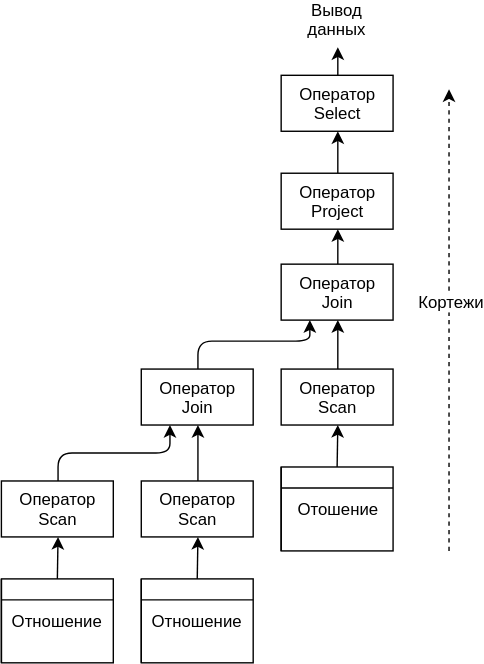
Earlier version of the draw.io export img/Volcano Model.svg (vkazanov/sql-interpreters-post). Source tidied: cells renumbered, new cells last; positions are measured from the earlier drawing's top-left corner, leaving out a move shared by most shapes.
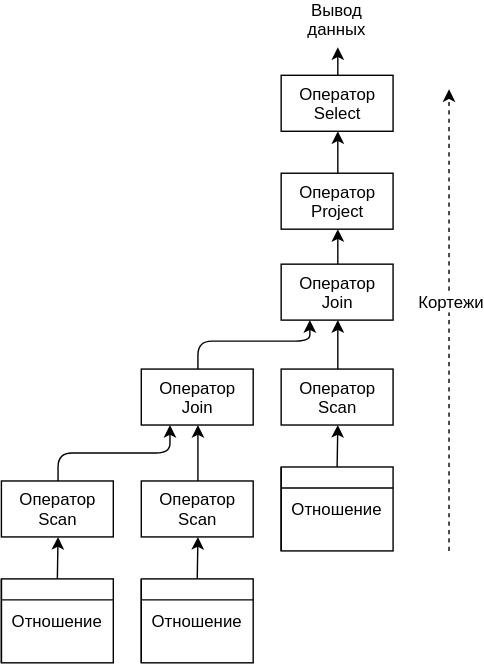
The same file after the commit.

What changed in the source:
```diff
@@ -77,7 +77,7 @@
     <mxCell id="20" value="Отношение" style="shape=internalStorage;whiteSpace=wrap;html=1;backgroundOutline=1;dx=0;dy=15;" parent="1" vertex="1">
       <mxGeometry x="99.5" y="410" width="80" height="60" as="geometry" />
     </mxCell>
-    <mxCell id="21" value="Отошение" style="shape=internalStorage;whiteSpace=wrap;html=1;backgroundOutline=1;dx=0;dy=15;" parent="1" vertex="1">
+    <mxCell id="21" value="Отношение" style="shape=internalStorage;whiteSpace=wrap;html=1;backgroundOutline=1;dx=0;dy=15;" parent="1" vertex="1">
       <mxGeometry x="199.5" y="330" width="80" height="60" as="geometry" />
     </mxCell>
     <mxCell id="22" style="endArrow=classic;html=1;dashed=1;" parent="1" edge="1">
```
